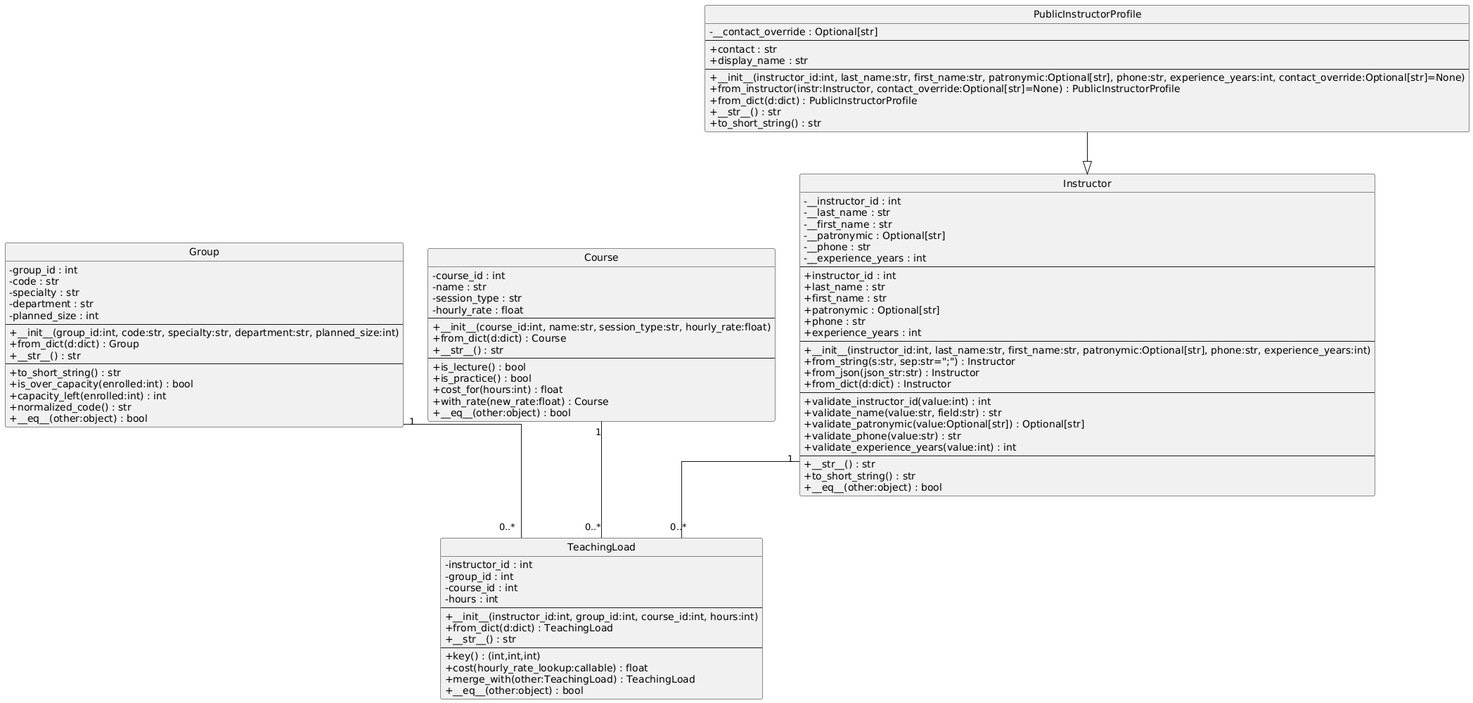
Earlier version of the PlantUML export Classes.png (elfarr/refreshing_courses).
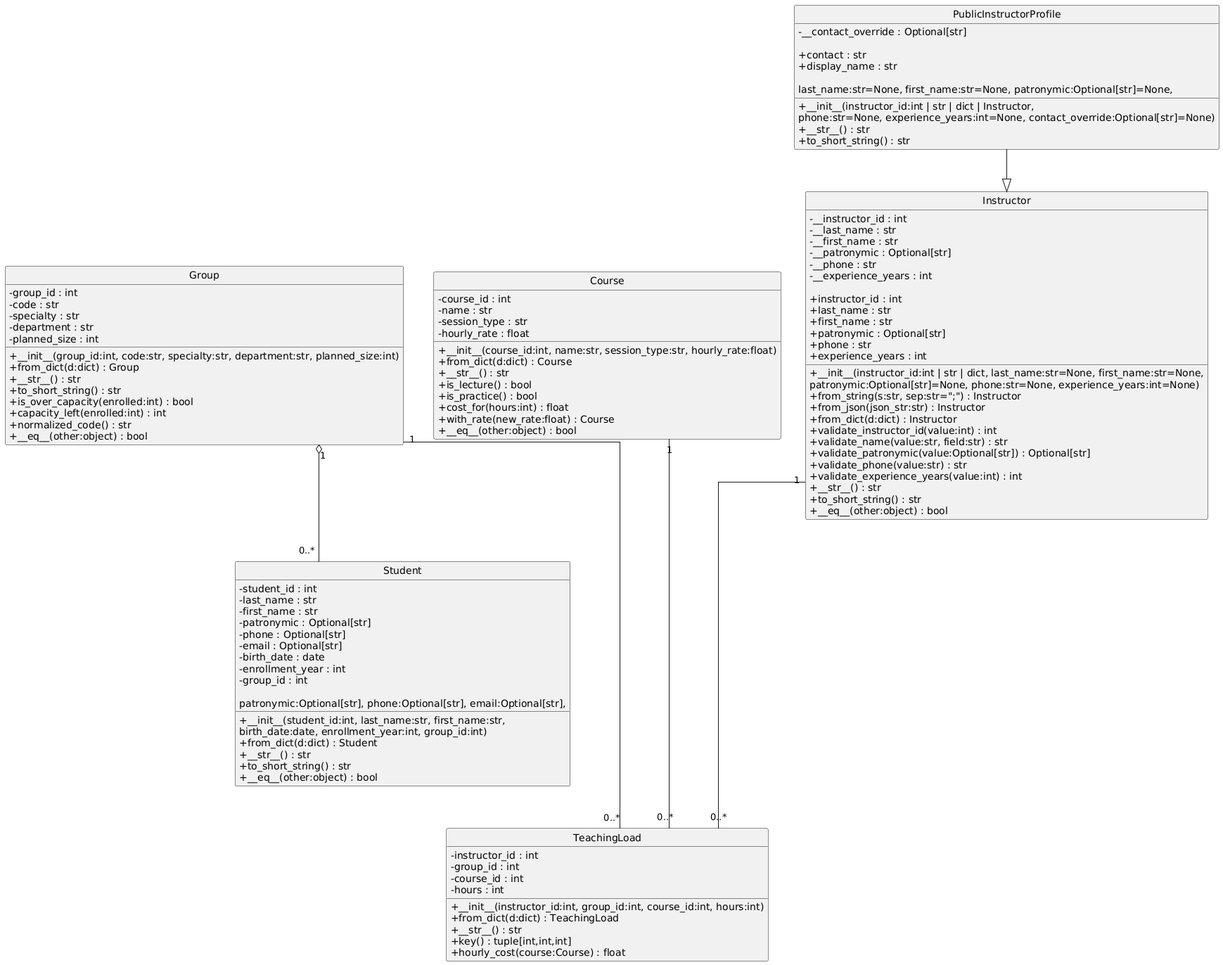
The same file after the commit.

Diff of the diagram source:
```diff
@@ -1,7 +1,8 @@
 @startuml
+skinparam classAttributeIconSize 0
+skinparam linetype ortho
 hide circle
-skinparam linetype ortho
-skinparam classAttributeIconSize 0
+
 
 class Instructor {
   - __instructor_id : int
@@ -10,25 +11,24 @@
   - __patronymic : Optional[str]
   - __phone : str
   - __experience_years : int
-  --
+
   + instructor_id : int
   + last_name : str
   + first_name : str
   + patronymic : Optional[str]
   + phone : str
   + experience_years : int
-  --
-  + __init__(instructor_id:int, last_name:str, first_name:str, patronymic:Optional[str], phone:str, experience_years:int)
+
+  + __init__(instructor_id:int | str | dict, last_name:str=None, first_name:str=None,
+             patronymic:Optional[str]=None, phone:str=None, experience_years:int=None)
   + from_string(s:str, sep:str=";") : Instructor
   + from_json(json_str:str) : Instructor
   + from_dict(d:dict) : Instructor
-  --
   + validate_instructor_id(value:int) : int
   + validate_name(value:str, field:str) : str
   + validate_patronymic(value:Optional[str]) : Optional[str]
   + validate_phone(value:str) : str
   + validate_experience_years(value:int) : int
-  --
   + __str__() : str
   + to_short_string() : str
   + __eq__(other:object) : bool
@@ -36,13 +36,13 @@
 
 class PublicInstructorProfile {
   - __contact_override : Optional[str]
-  --
+
   + contact : str
   + display_name : str
-  --
-  + __init__(instructor_id:int, last_name:str, first_name:str, patronymic:Optional[str], phone:str, experience_years:int, contact_override:Optional[str]=None)
-  + from_instructor(instr:Instructor, contact_override:Optional[str]=None) : PublicInstructorProfile
-  + from_dict(d:dict) : PublicInstructorProfile
+
+  + __init__(instructor_id:int | str | dict | Instructor,
+             last_name:str=None, first_name:str=None, patronymic:Optional[str]=None,
+             phone:str=None, experience_years:int=None, contact_override:Optional[str]=None)
   + __str__() : str
   + to_short_string() : str
 }
@@ -55,11 +55,10 @@
   - specialty : str
   - department : str
   - planned_size : int
-  --
+
   + __init__(group_id:int, code:str, specialty:str, department:str, planned_size:int)
   + from_dict(d:dict) : Group
   + __str__() : str
-  --
   + to_short_string() : str
   + is_over_capacity(enrolled:int) : bool
   + capacity_left(enrolled:int) : int
@@ -72,11 +71,10 @@
   - name : str
   - session_type : str
   - hourly_rate : float
-  --
+
   + __init__(course_id:int, name:str, session_type:str, hourly_rate:float)
   + from_dict(d:dict) : Course
   + __str__() : str
-  --
   + is_lecture() : bool
   + is_practice() : bool
   + cost_for(hours:int) : float
@@ -89,18 +87,38 @@
   - group_id : int
   - course_id : int
   - hours : int
-  --
+
   + __init__(instructor_id:int, group_id:int, course_id:int, hours:int)
   + from_dict(d:dict) : TeachingLoad
   + __str__() : str
-  --
-  + key() : (int,int,int)
-  + cost(hourly_rate_lookup:callable) : float
-  + merge_with(other:TeachingLoad) : TeachingLoad
+  + key() : tuple[int,int,int]
+  + hourly_cost(course:Course) : float
+}
+
+class Student {
+  - student_id : int
+  - last_name : str
+  - first_name : str
+  - patronymic : Optional[str]
+  - phone : Optional[str]
+  - email : Optional[str]
+  - birth_date : date
+  - enrollment_year : int
+  - group_id : int
+
+  + __init__(student_id:int, last_name:str, first_name:str,
+             patronymic:Optional[str], phone:Optional[str], email:Optional[str],
+             birth_date:date, enrollment_year:int, group_id:int)
+  + from_dict(d:dict) : Student
+  + __str__() : str
+  + to_short_string() : str
   + __eq__(other:object) : bool
 }
 
-Instructor "1" -- "0..*" TeachingLoad
-Group "1" -- "0..*" TeachingLoad
-Course "1" -- "0..*" TeachingLoad
+
+Instructor "1" --- "0..*" TeachingLoad
+Group      "1" --- "0..*" TeachingLoad
+Course     "1" --- "0..*" TeachingLoad
+
+Group "1" o-- "0..*" Student
 @enduml
```
